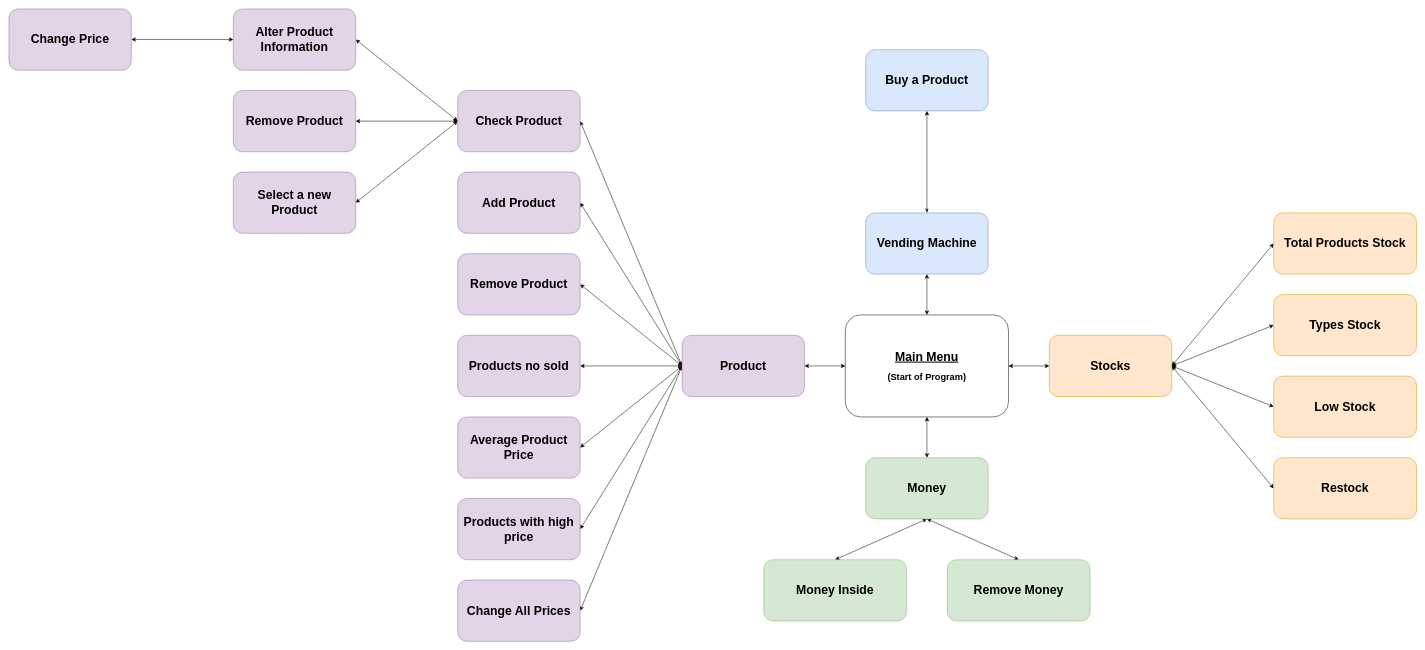
Above: AlgoritmoseEstruturasdeDados/5.ProjetoFinal/Map.drawio in GendPh/Tesp (draw.io), before the change. Source tidied: cells renumbered, new cells numbered last; positions are measured from the earlier drawing's top-left corner, leaving out a move shared by most shapes. Both pictures are drawn from the tidied source at 51%, with x=0, y=0 at pixel (9, 9).
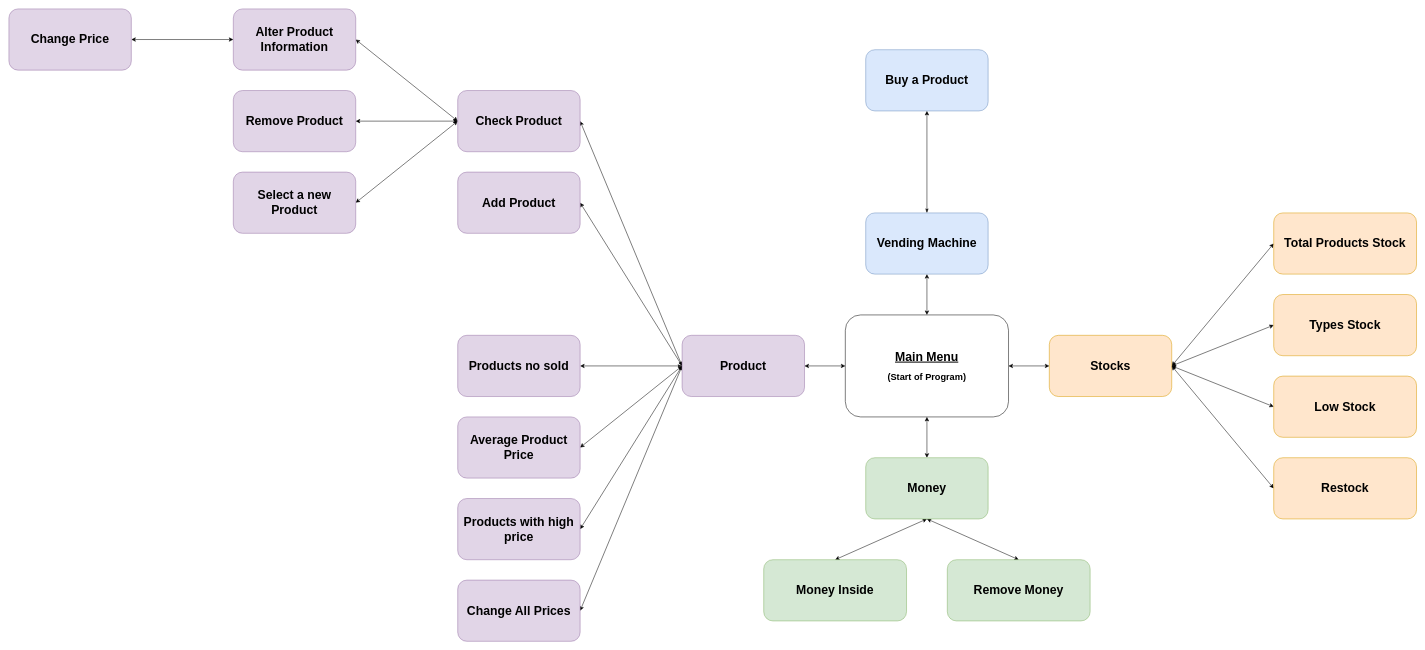
Above is the later version.

Unchanged cells that the change refers to:
```xml
<mxCell id="31" value="&lt;h1&gt;Product&lt;/h1&gt;" style="rounded=1;whiteSpace=wrap;html=1;fillColor=#e1d5e7;strokeColor=#9673a6;" parent="1" vertex="1">
  <mxGeometry x="1320" y="640" width="240" height="120" as="geometry" />
</mxCell>
```

Diff of the diagram source:
```diff
@@
-    <mxCell id="25" style="rounded=0;jettySize=auto;html=1;exitX=0;exitY=0.5;exitDx=0;exitDy=0;entryX=1;entryY=0.5;entryDx=0;entryDy=0;startArrow=classicThin;startFill=1;" parent="1" edge="1" source="31" target="34">
-      <mxGeometry relative="1" as="geometry" />
-    </mxCell>
@@
-    <mxCell id="34" value="&lt;h1&gt;Remove Product&lt;/h1&gt;" style="rounded=1;whiteSpace=wrap;html=1;fillColor=#e1d5e7;strokeColor=#9673a6;" parent="1" vertex="1">
-      <mxGeometry x="880" y="480" width="240" height="120" as="geometry" />
-    </mxCell>
```
